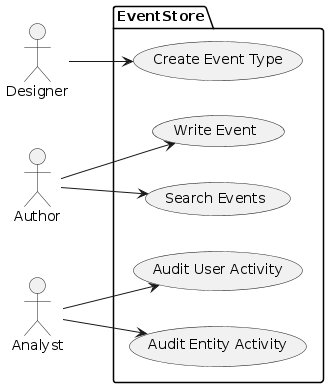
The PlantUML diagram docs/use-cases.png in david-oc-miller/event-sourcing-demo, before a commit.
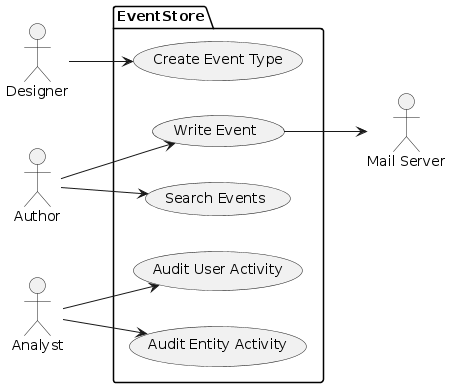
Later version of the same file.

Commit message:
Add secondary use case actor "Email Server"

Change to the diagram source:
```diff
@@ -4,6 +4,7 @@
 actor Designer as d
 actor Author as au
 actor Analyst as an
+actor "Mail Server" as m
 
 package EventStore {
 
@@ -20,4 +21,6 @@
 an --> AUE
 an --> AEA
 
+WE --> m
+
 @enduml
```
